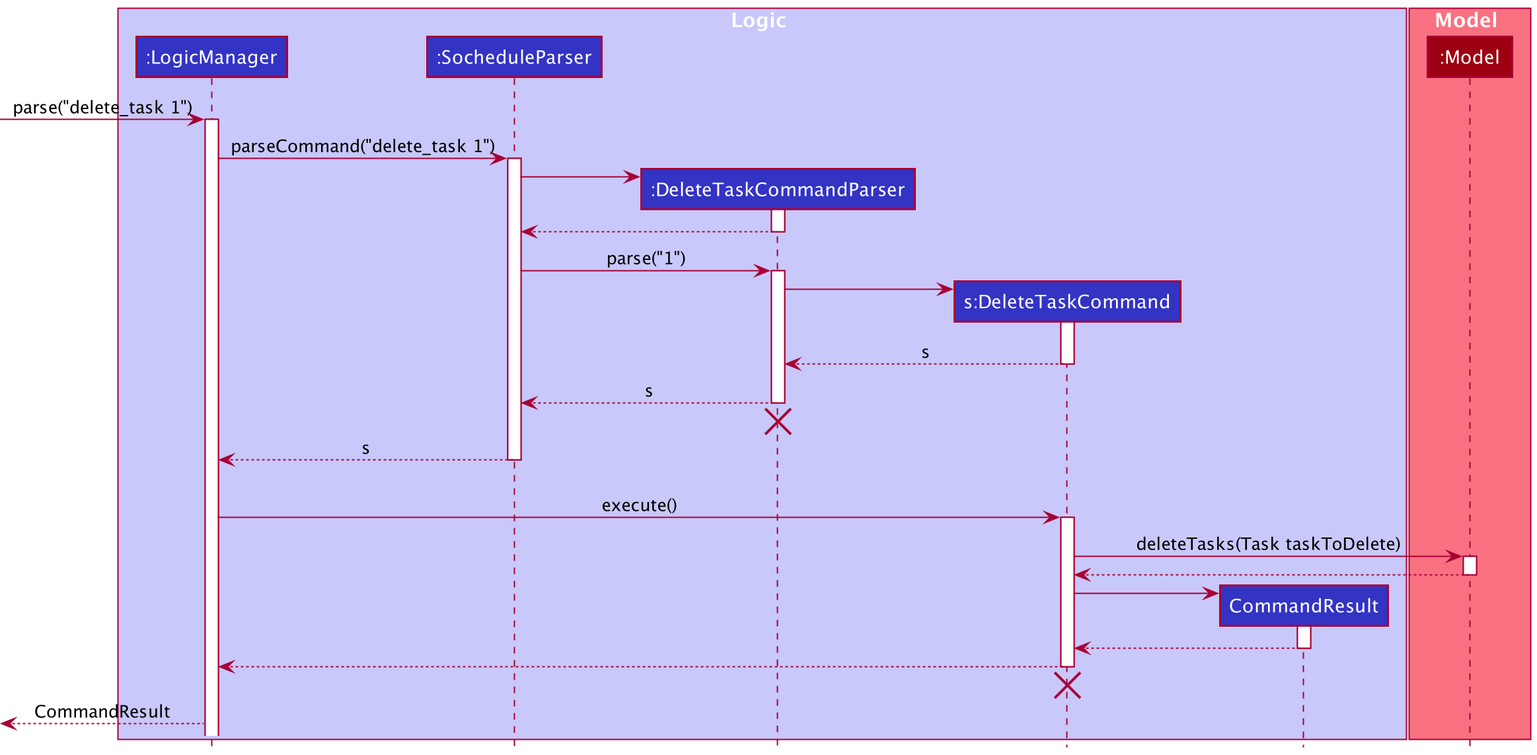
Before: docs/images/DeleteTaskCommandSequenceDiagram.png, a diagram exported from PlantUML (nus-cs2103-AY2021S2/tp). The source it was exported from:
```plantuml
@startuml
!include style.puml

box Logic LOGIC_COLOR_T1
participant ":LogicManager" as LogicManager LOGIC_COLOR
participant ":SocheduleParser" as SocheduleParser LOGIC_COLOR
participant ":DeleteTaskCommandParser" as DeleteTaskCommandParser LOGIC_COLOR
participant "s:DeleteTaskCommand" as DeleteTaskCommand LOGIC_COLOR
participant "CommandResult" as CommandResult LOGIC_COLOR
end box

box Model MODEL_COLOR_T1
participant ":Model" as Model MODEL_COLOR
end box

[-> LogicManager : parse("delete_task 1")
activate LogicManager

LogicManager -> SocheduleParser : parseCommand("delete_task 1")
activate SocheduleParser

create DeleteTaskCommandParser
SocheduleParser -> DeleteTaskCommandParser
activate DeleteTaskCommandParser

DeleteTaskCommandParser --> SocheduleParser
deactivate DeleteTaskCommandParser

SocheduleParser -> DeleteTaskCommandParser: parse("1")
activate DeleteTaskCommandParser

create DeleteTaskCommand
DeleteTaskCommandParser -> DeleteTaskCommand
activate DeleteTaskCommand

DeleteTaskCommand --> DeleteTaskCommandParser : s
deactivate DeleteTaskCommand

SocheduleParser <--DeleteTaskCommandParser : s
deactivate DeleteTaskCommandParser
DeleteTaskCommandParser -[hidden]->[
destroy DeleteTaskCommandParser

LogicManager <-- SocheduleParser : s
deactivate SocheduleParser
SocheduleParser -[hidden]->[

LogicManager -> DeleteTaskCommand : execute()
activate DeleteTaskCommand

DeleteTaskCommand -> Model : deleteTasks(Task taskToDelete)
activate Model
DeleteTaskCommand <-- Model
deactivate Model

create CommandResult
DeleteTaskCommand -> CommandResult
activate CommandResult
DeleteTaskCommand <-- CommandResult
deactivate CommandResult

LogicManager <-- DeleteTaskCommand
deactivate DeleteTaskCommand
DeleteTaskCommand -[hidden]->[
destroy DeleteTaskCommand

[<-- LogicManager : CommandResult
@enduml
```
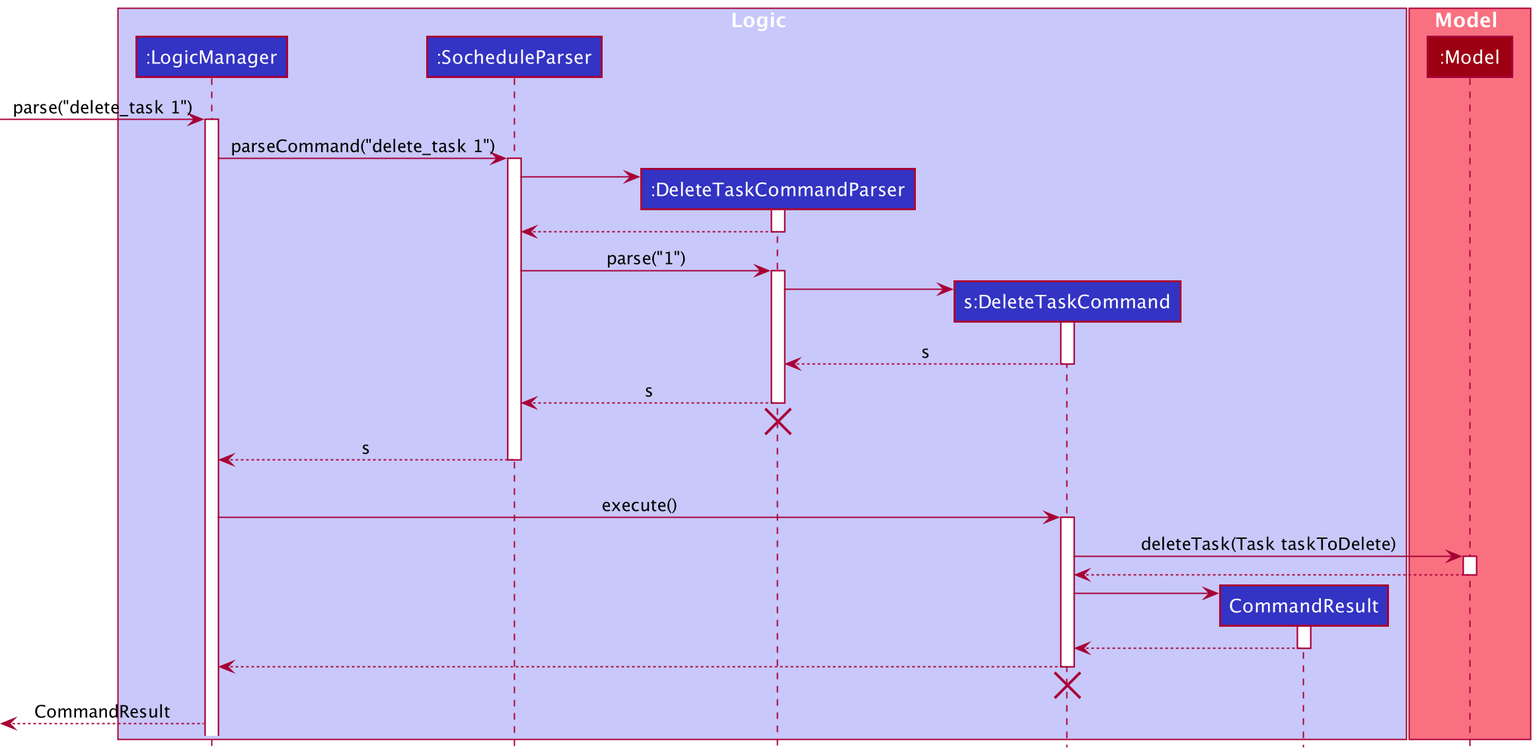
Later version of the same file.

Diff of the diagram source:
```diff
@@ -48,7 +48,7 @@
 LogicManager -> DeleteTaskCommand : execute()
 activate DeleteTaskCommand
 
-DeleteTaskCommand -> Model : deleteTasks(Task taskToDelete)
+DeleteTaskCommand -> Model : deleteTask(Task taskToDelete)
 activate Model
 DeleteTaskCommand <-- Model
 deactivate Model
```
